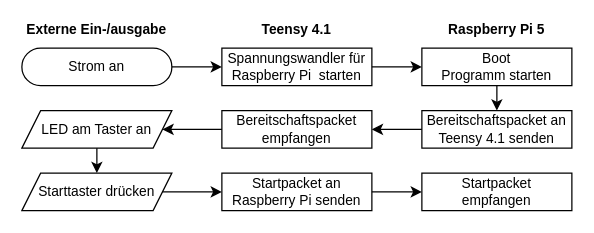
This is doc/diagrams/rpiHandshake.drawio from TerraForces/WRO2026-Future-Engineers, a draw.io file, before an edit. Source tidied: cells renumbered, new cells numbered last; positions are measured from the earlier drawing's top-left corner, leaving out a move shared by most shapes. Both pictures are drawn from the tidied source at 125%, with x=0, y=0 at pixel (21, 22).
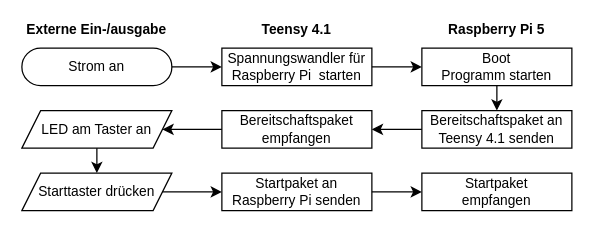
The same page after the edit.

Diff of the diagram source:
```diff
@@
-    <mxCell id="8" value="Bereitschaftspacket an Teensy 4.1 senden" style="html=1;dashed=0;whiteSpace=wrap;fontSize=11;fontFamily=Ubuntu Sans;" parent="1" vertex="1">
+    <mxCell id="8" value="Bereitschaftspa&lt;span style=&quot;background-color: transparent; color: light-dark(rgb(0, 0, 0), rgb(255, 255, 255));&quot;&gt;ket an Teensy 4.1 senden&lt;/span&gt;" style="html=1;dashed=0;whiteSpace=wrap;fontSize=11;fontFamily=Ubuntu Sans;" parent="1" vertex="1">
       <mxGeometry x="320" y="70" width="120" height="30" as="geometry" />
     </mxCell>
-    <mxCell id="9" value="Bereitschaftspacket empfangen" style="html=1;dashed=0;whiteSpace=wrap;fontSize=11;fontFamily=Ubuntu Sans;" parent="1" vertex="1">
+    <mxCell id="9" value="Bereitschaftspaket empfangen" style="html=1;dashed=0;whiteSpace=wrap;fontSize=11;fontFamily=Ubuntu Sans;" parent="1" vertex="1">
       <mxGeometry x="160" y="70" width="120" height="30" as="geometry" />
     </mxCell>
@@
-    <mxCell id="18" value="Startpacket an Raspberry Pi senden" style="html=1;dashed=0;whiteSpace=wrap;fontSize=11;fontFamily=Ubuntu Sans;" parent="1" vertex="1">
+    <mxCell id="18" value="Startpaket an Raspberry Pi senden" style="html=1;dashed=0;whiteSpace=wrap;fontSize=11;fontFamily=Ubuntu Sans;" parent="1" vertex="1">
       <mxGeometry x="160" y="120" width="120" height="30" as="geometry" />
     </mxCell>
-    <mxCell id="19" value="Startpacket&lt;div&gt;empfangen&lt;/div&gt;" style="html=1;dashed=0;whiteSpace=wrap;fontSize=11;fontFamily=Ubuntu Sans;" parent="1" vertex="1">
+    <mxCell id="19" value="Startpaket&lt;div&gt;empfangen&lt;/div&gt;" style="html=1;dashed=0;whiteSpace=wrap;fontSize=11;fontFamily=Ubuntu Sans;" parent="1" vertex="1">
       <mxGeometry x="320" y="120" width="120" height="30" as="geometry" />
     </mxCell>
```
